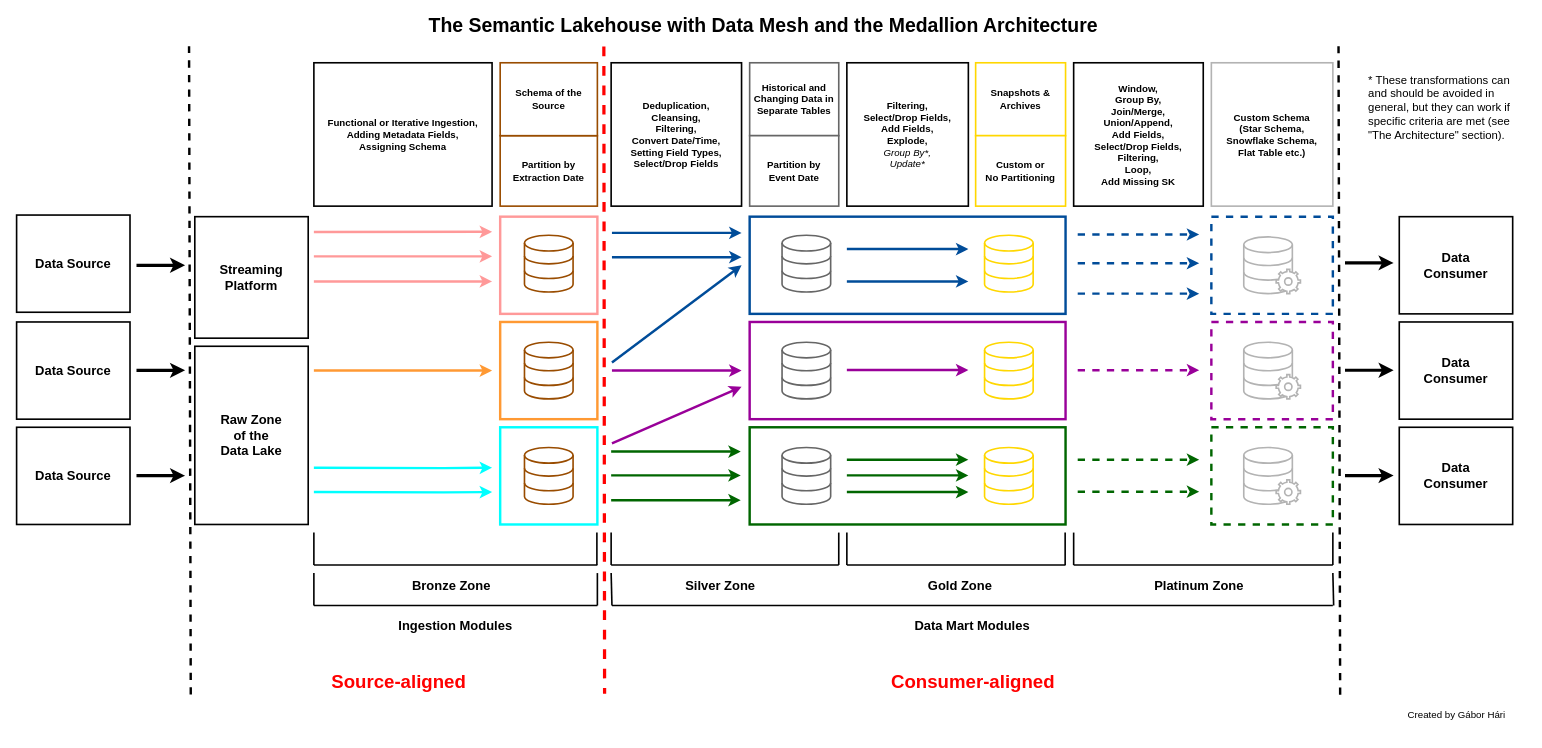
harigabor96/Wildfires keeps this draw.io diagram as resources/Architecture.drawio. Above is the earlier version. Source tidied: cells renumbered, new cells numbered last; positions are measured from the earlier drawing's top-left corner, leaving out a move shared by most shapes. Both pictures are drawn from the tidied source at 81%, with x=0, y=0 at pixel (14, 14).
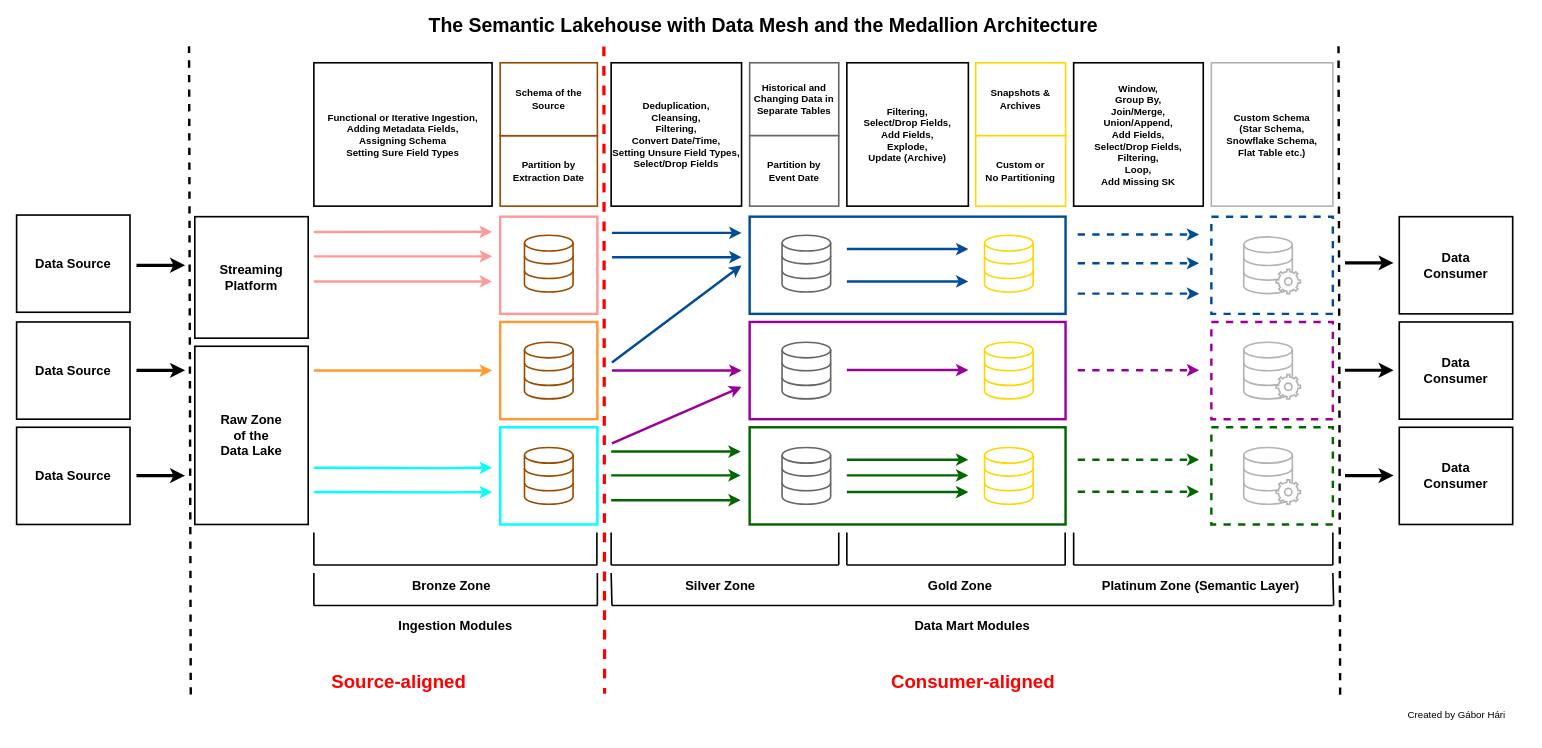
The same page after the edit.

Commit message (it also covers changes not shown here):
updated to the semantic rules

The edit, as a diff of the source:
```diff
@@
-    <mxCell id="20" value="&lt;b&gt;Functional or Iterative Ingestion, Adding Metadata Fields,&lt;br&gt;Assigning Schema&lt;br&gt;&lt;/b&gt;" style="rounded=0;whiteSpace=wrap;html=1;glass=0;strokeColor=default;strokeWidth=2;fillColor=#FFFFFF;" parent="1" vertex="1">
+    <mxCell id="20" value="&lt;b&gt;Functional or Iterative Ingestion, Adding Metadata Fields,&lt;br&gt;Assigning Schema&lt;br&gt;Setting Sure Field Types&lt;br&gt;&lt;/b&gt;" style="rounded=0;whiteSpace=wrap;html=1;glass=0;strokeColor=default;strokeWidth=2;fillColor=#FFFFFF;" parent="1" vertex="1">
       <mxGeometry x="370" y="60" width="220" height="177" as="geometry" />
     </mxCell>
@@
-    <mxCell id="33" value="&lt;b&gt;Filtering,&lt;br&gt;Select/Drop Fields,&lt;br&gt;Add Fields,&lt;br&gt;&lt;/b&gt;&lt;b&gt;Explode,&lt;br&gt;&lt;/b&gt;&lt;i style=&quot;&quot;&gt;Group By*,&lt;br&gt;Update*&lt;/i&gt;" style="rounded=0;whiteSpace=wrap;html=1;glass=0;strokeColor=default;strokeWidth=2;fillColor=#FFFFFF;" parent="1" vertex="1">
+    <mxCell id="33" value="&lt;b&gt;Filtering,&lt;br&gt;Select/Drop Fields,&lt;br&gt;Add Fields,&lt;br&gt;&lt;/b&gt;&lt;b&gt;Explode,&lt;/b&gt;&lt;br&gt;&lt;b&gt;Update (Archive)&lt;/b&gt;" style="rounded=0;whiteSpace=wrap;html=1;glass=0;strokeColor=default;strokeWidth=2;fillColor=#FFFFFF;" parent="1" vertex="1">
       <mxGeometry x="1028" y="60" width="150" height="177" as="geometry" />
     </mxCell>
@@
-    <mxCell id="36" value="&lt;b&gt;Deduplication,&lt;br&gt;Cleansing,&lt;br&gt;Filtering,&lt;br&gt;Convert Date/Time,&lt;br&gt;Setting Field Types,&lt;br&gt;Select/Drop Fields&lt;br&gt;&lt;/b&gt;" style="rounded=0;whiteSpace=wrap;html=1;glass=0;strokeColor=default;strokeWidth=2;fillColor=#FFFFFF;" parent="1" vertex="1">
+    <mxCell id="36" value="&lt;b&gt;Deduplication,&lt;br&gt;Cleansing,&lt;br&gt;Filtering,&lt;br&gt;Convert Date/Time,&lt;br&gt;Setting Unsure Field Types,&lt;br&gt;Select/Drop Fields&lt;br&gt;&lt;/b&gt;" style="rounded=0;whiteSpace=wrap;html=1;glass=0;strokeColor=default;strokeWidth=2;fillColor=#FFFFFF;" parent="1" vertex="1">
       <mxGeometry x="737" y="60" width="161" height="177" as="geometry" />
     </mxCell>
@@
-    <mxCell id="68" value="&lt;span style=&quot;font-size: 16px;&quot;&gt;&lt;b&gt;Platinum Zone&lt;/b&gt;&lt;/span&gt;" style="text;html=1;strokeColor=none;fillColor=none;align=center;verticalAlign=middle;whiteSpace=wrap;rounded=0;" parent="1" vertex="1">
-      <mxGeometry x="1378" y="690" width="170" height="30" as="geometry" />
+    <mxCell id="68" value="&lt;span style=&quot;font-size: 16px;&quot;&gt;&lt;b&gt;Platinum Zone (Semantic Layer)&lt;/b&gt;&lt;/span&gt;" style="text;html=1;strokeColor=none;fillColor=none;align=center;verticalAlign=middle;whiteSpace=wrap;rounded=0;" parent="1" vertex="1">
+      <mxGeometry x="1300" y="690" width="330" height="30" as="geometry" />
     </mxCell>
@@
-    <mxCell id="88" value="&lt;font style=&quot;font-size: 14px;&quot;&gt;* These transformations can and should be avoided in general, but they can work if specific criteria are met (see &quot;The Architecture&quot; section).&lt;/font&gt;" style="text;html=1;strokeColor=none;fillColor=none;align=left;verticalAlign=middle;whiteSpace=wrap;rounded=0;" parent="1" vertex="1">
-      <mxGeometry x="1670" y="100" width="200" height="30" as="geometry" />
-    </mxCell>
```
